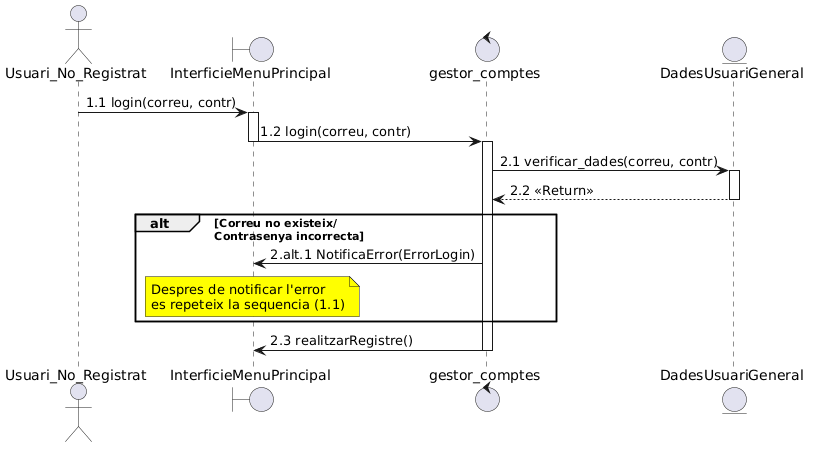
martipages/ES23UAB431-02 keeps this PlantUML diagram as documents/Diagrames i Especificacions/Seqüencia/ALEJANDRO/4- Login.png. Above is the earlier version.
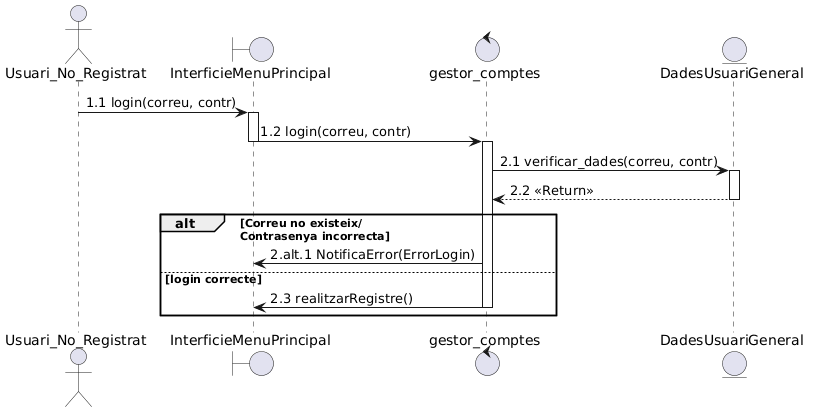
After the commit.

Change to the diagram source:
```diff
@@ -11,8 +11,7 @@
 correu --> gestor --: 2.2 <<Return>>
 alt Correu no existeix/ \nContrasenya incorrecta
    gestor -> interficie : 2.alt.1 NotificaError(ErrorLogin)
-   note over interficie #yellow : Despres de notificar l'error\nes repeteix la sequencia (1.1)
+else login correcte
+gestor -> interficie --: 2.3 realitzarRegistre()
 end
-
-gestor -> interficie --: 2.3 realitzarRegistre()
 @enduml
```
